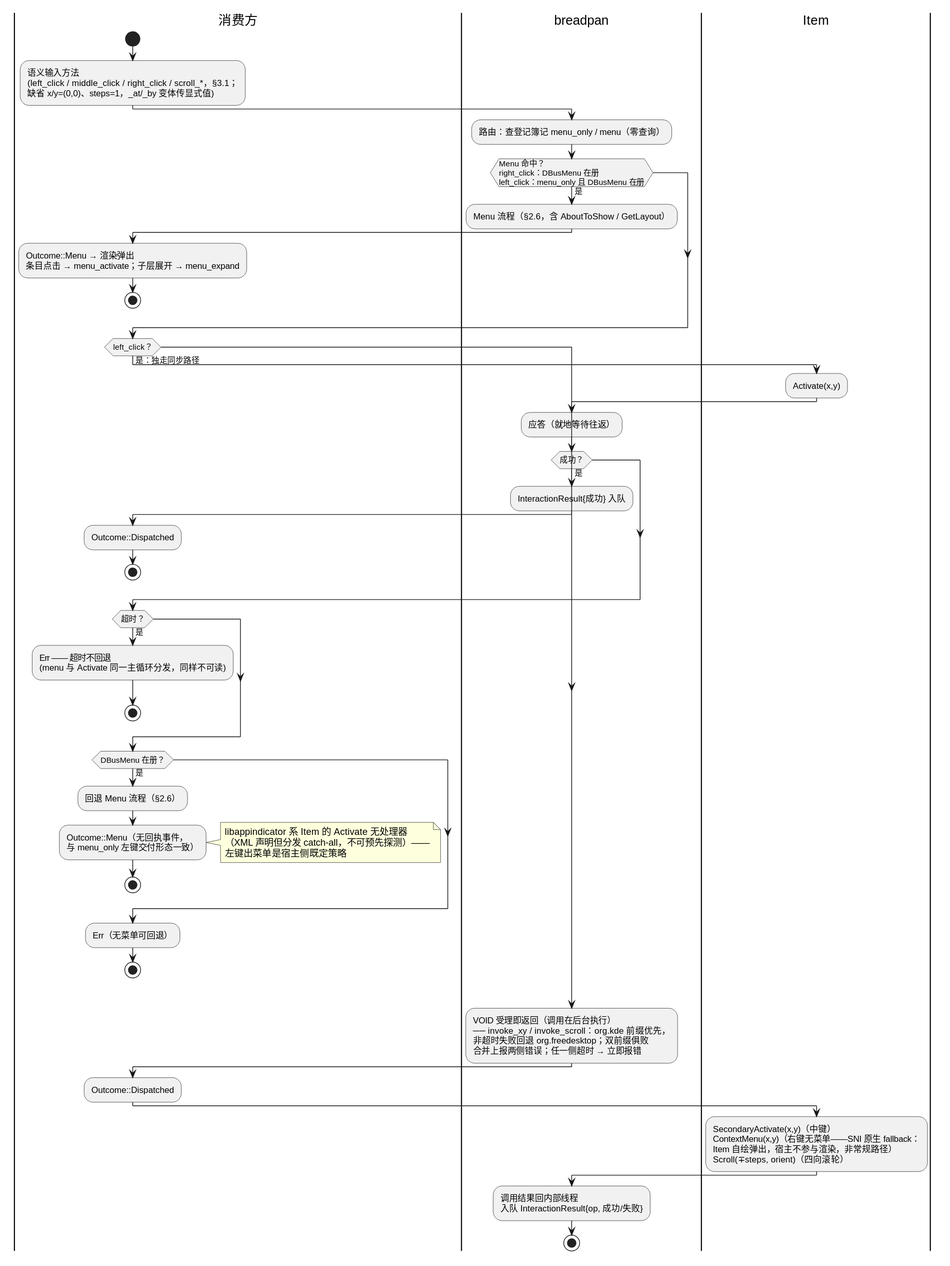
Before: diagram/breadpan-input-routing.svg, a diagram exported from PlantUML (54m43lJ/BreadKnife). Its diagram source:
```plantuml
@startuml
|消费方|
start
:语义输入方法
(left_click / middle_click / right_click / scroll_*，§3.1；
缺省 x/y=(0,0)、steps=1，_at/_by 变体传显式值);
|breadpan|
:路由：查登记簿记 menu_only / menu（零查询）;
if (Menu 命中？\nright_click：DBusMenu 在册\nleft_click：menu_only 且 DBusMenu 在册) then (是)
  :Menu 流程（§2.6，含 AboutToShow / GetLayout）;
  |消费方|
  :Outcome::Menu → 渲染弹出
  条目点击 → menu_activate；子层展开 → menu_expand;
  stop
endif
if (left_click？) then (是：独走同步路径)
  |Item|
  :Activate(x,y);
  |breadpan|
  :应答（就地等待往返）;
  if (成功？) then (是)
    :InteractionResult{成功} 入队;
    |消费方|
    :Outcome::Dispatched;
    stop
  endif
  if (超时？) then (是)
    |消费方|
    :Err —— 超时不回退
    (menu 与 Activate 同一主循环分发，同样不可读);
    stop
  endif
  if (DBusMenu 在册？) then (是)
    :回退 Menu 流程（§2.6）;
    |消费方|
    :Outcome::Menu（无回执事件，
    与 menu_only 左键交付形态一致）;
    note right
      libappindicator 系 Item 的 Activate 无处理器
      （XML 声明但分发 catch-all，不可预先探测）——
      左键出菜单是宿主侧既定策略
    end note
    stop
  endif
  |消费方|
  :Err（无菜单可回退）;
  stop
endif
|breadpan|
:VOID 受理即返回（调用在后台执行）
── invoke_xy / invoke_scroll：org.kde 前缀优先，
非超时失败回退 org.freedesktop；双前缀俱败
合并上报两侧错误；任一侧超时 → 立即报错;
|消费方|
:Outcome::Dispatched;
|Item|
:SecondaryActivate(x,y)（中键）
ContextMenu(x,y)（右键无菜单——SNI 原生 fallback：
Item 自绘弹出，宿主不参与渲染，非常规路径）
Scroll(∓steps, orient)（四向滚轮）;
|breadpan|
:调用结果回内部线程
入队 InteractionResult{op, 成功/失败};
stop
@enduml
```
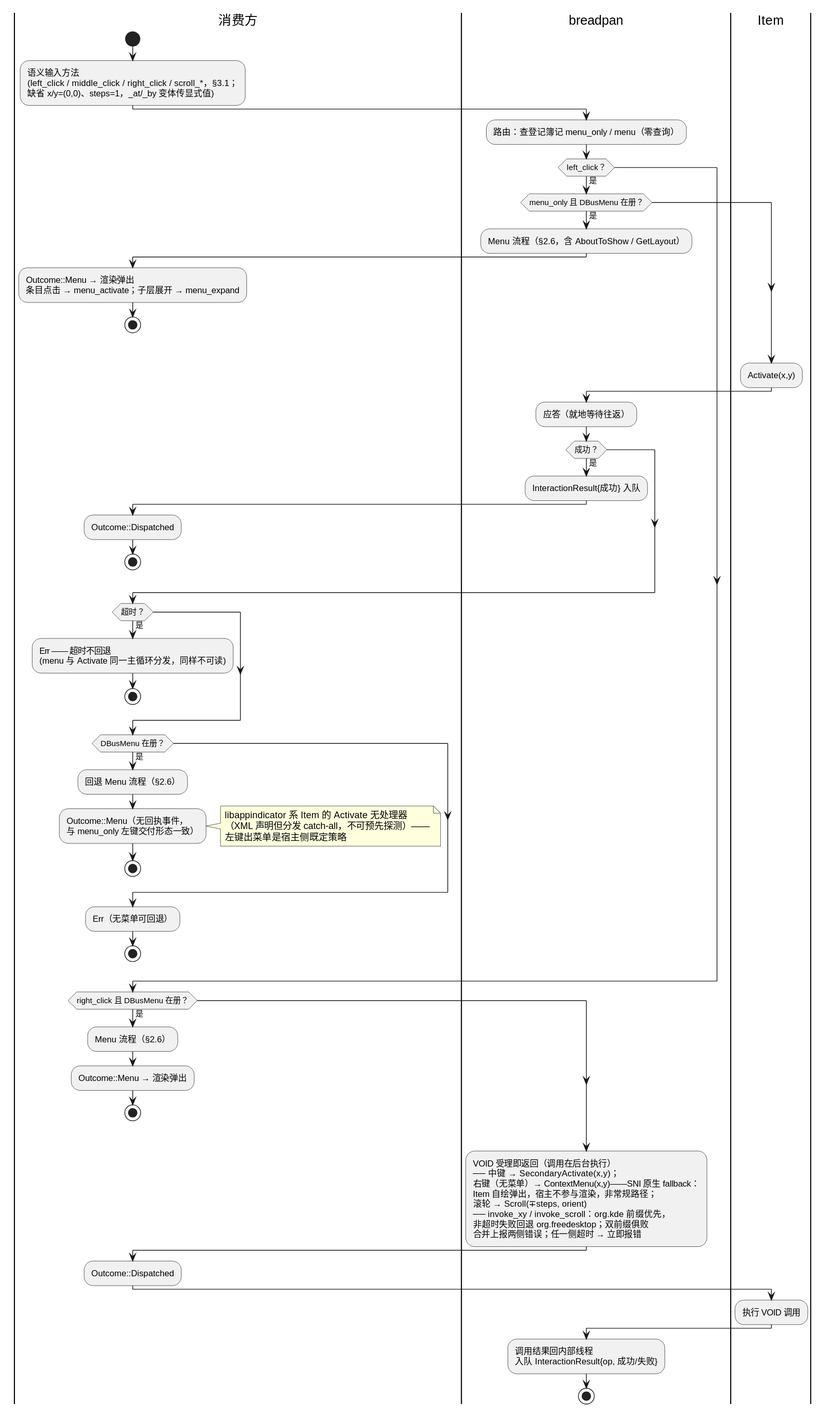
Later version of the same file.

Commit message:
docs(diagram): §2.7 活动图判断条件拆分与布线修正

- 'Menu 命中'混合条件拆为独立的是/否条件块：left_click？→
  menu_only 且 DBusMenu 在册？→ Activate 链 → right_click 且
  DBusMenu 在册？→ VOID 兜底，每个菱形均可单句回答
- left_click 否流程线条重叠根因：外层 Menu 命中的否边是跨越整个
  嵌套 else 的长回边，PlantUML 边路由不避障横穿内部箭头；
  卫语句化后否边只落紧邻动作，重叠消除

Change to the diagram source:
```diff
@@ -6,14 +6,14 @@
 缺省 x/y=(0,0)、steps=1，_at/_by 变体传显式值);
 |breadpan|
 :路由：查登记簿记 menu_only / menu（零查询）;
-if (Menu 命中？\nright_click：DBusMenu 在册\nleft_click：menu_only 且 DBusMenu 在册) then (是)
-  :Menu 流程（§2.6，含 AboutToShow / GetLayout）;
-  |消费方|
-  :Outcome::Menu → 渲染弹出
-  条目点击 → menu_activate；子层展开 → menu_expand;
-  stop
-endif
-if (left_click？) then (是：独走同步路径)
+if (left_click？) then (是)
+  if (menu_only 且 DBusMenu 在册？) then (是)
+    :Menu 流程（§2.6，含 AboutToShow / GetLayout）;
+    |消费方|
+    :Outcome::Menu → 渲染弹出
+    条目点击 → menu_activate；子层展开 → menu_expand;
+    stop
+  endif
   |Item|
   :Activate(x,y);
   |breadpan|
@@ -46,18 +46,25 @@
   :Err（无菜单可回退）;
   stop
 endif
+if (right_click 且 DBusMenu 在册？) then (是)
+  :Menu 流程（§2.6）;
+  |消费方|
+  :Outcome::Menu → 渲染弹出;
+  stop
+endif
 |breadpan|
 :VOID 受理即返回（调用在后台执行）
+── 中键 → SecondaryActivate(x,y)；
+右键（无菜单）→ ContextMenu(x,y)——SNI 原生 fallback：
+Item 自绘弹出，宿主不参与渲染，非常规路径；
+滚轮 → Scroll(∓steps, orient)
 ── invoke_xy / invoke_scroll：org.kde 前缀优先，
 非超时失败回退 org.freedesktop；双前缀俱败
 合并上报两侧错误；任一侧超时 → 立即报错;
 |消费方|
 :Outcome::Dispatched;
 |Item|
-:SecondaryActivate(x,y)（中键）
-ContextMenu(x,y)（右键无菜单——SNI 原生 fallback：
-Item 自绘弹出，宿主不参与渲染，非常规路径）
-Scroll(∓steps, orient)（四向滚轮）;
+:执行 VOID 调用;
 |breadpan|
 :调用结果回内部线程
 入队 InteractionResult{op, 成功/失败};
```
